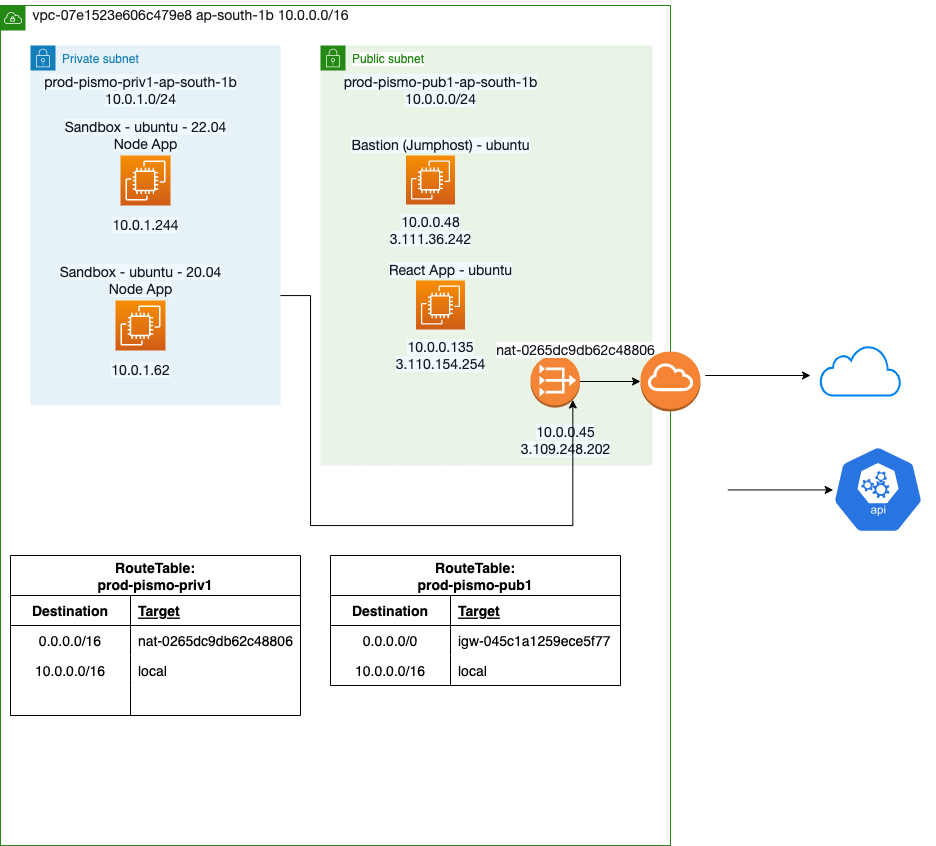
The draw.io diagram New NAT - VPC 04072022.drawio.png in anilkumaran/aws-architecture-diagrams, before a commit. Source tidied: cells renumbered, new cells last; positions are measured from the earlier drawing's top-left corner, leaving out a move shared by most shapes.
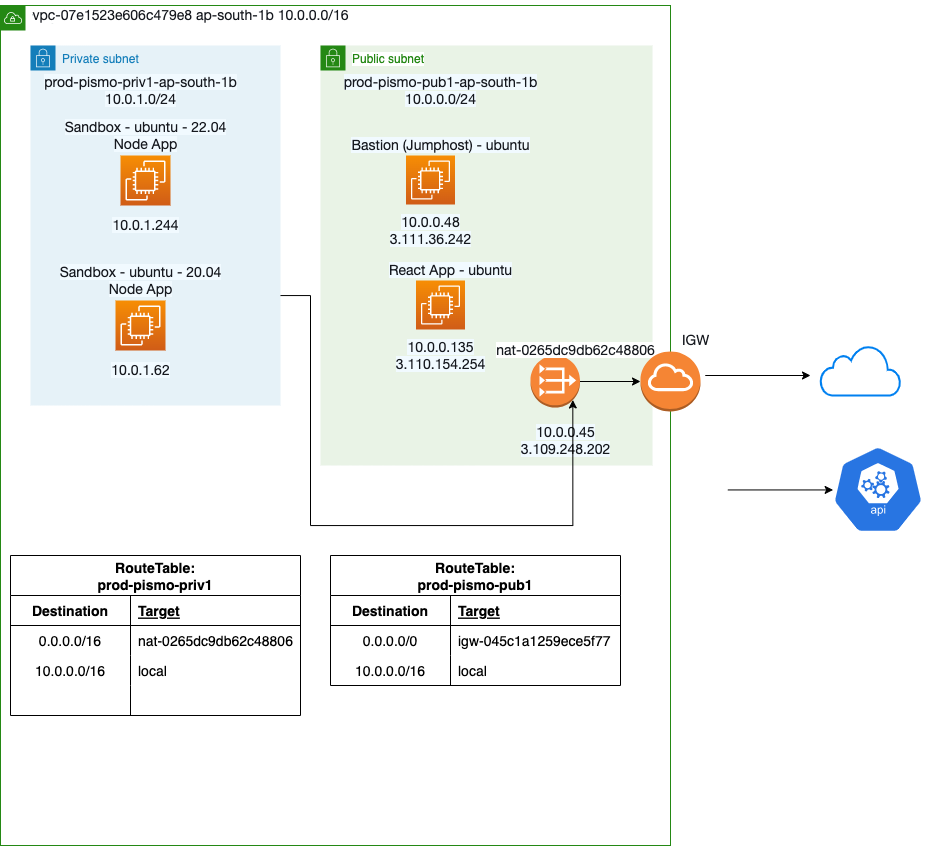
Later version of the same file.

Change to the diagram source:
```diff
@@ -167,5 +167,8 @@
     <mxCell id="52" style="sketch=0;html=1;dashed=0;whitespace=wrap;fillColor=#2875E2;strokeColor=#ffffff;shape=mxgraph.kubernetes.icon;prIcon=api;fontSize=14;fontColor=#000000;" parent="1" vertex="1">
       <mxGeometry x="820" y="445" width="115" height="88" as="geometry" />
     </mxCell>
+    <mxCell id="53" value="&lt;span style=&quot;caret-color: rgb(22, 25, 31); color: rgb(22, 25, 31); font-family: &amp;quot;Amazon Ember&amp;quot;, &amp;quot;Helvetica Neue&amp;quot;, Roboto, Arial, sans-serif; font-size: 14px; text-align: start; text-size-adjust: auto;&quot;&gt;&lt;span style=&quot;background-color: rgb(255, 255, 255);&quot;&gt;IGW&lt;/span&gt;&lt;br&gt;&lt;/span&gt;" style="text;html=1;align=center;verticalAlign=middle;fillColor=none;strokeColor=none;rounded=0;" parent="1" vertex="1">
+      <mxGeometry x="670" y="325" width="50" height="30" as="geometry" />
+    </mxCell>
   </root>
 </mxGraphModel>
```
